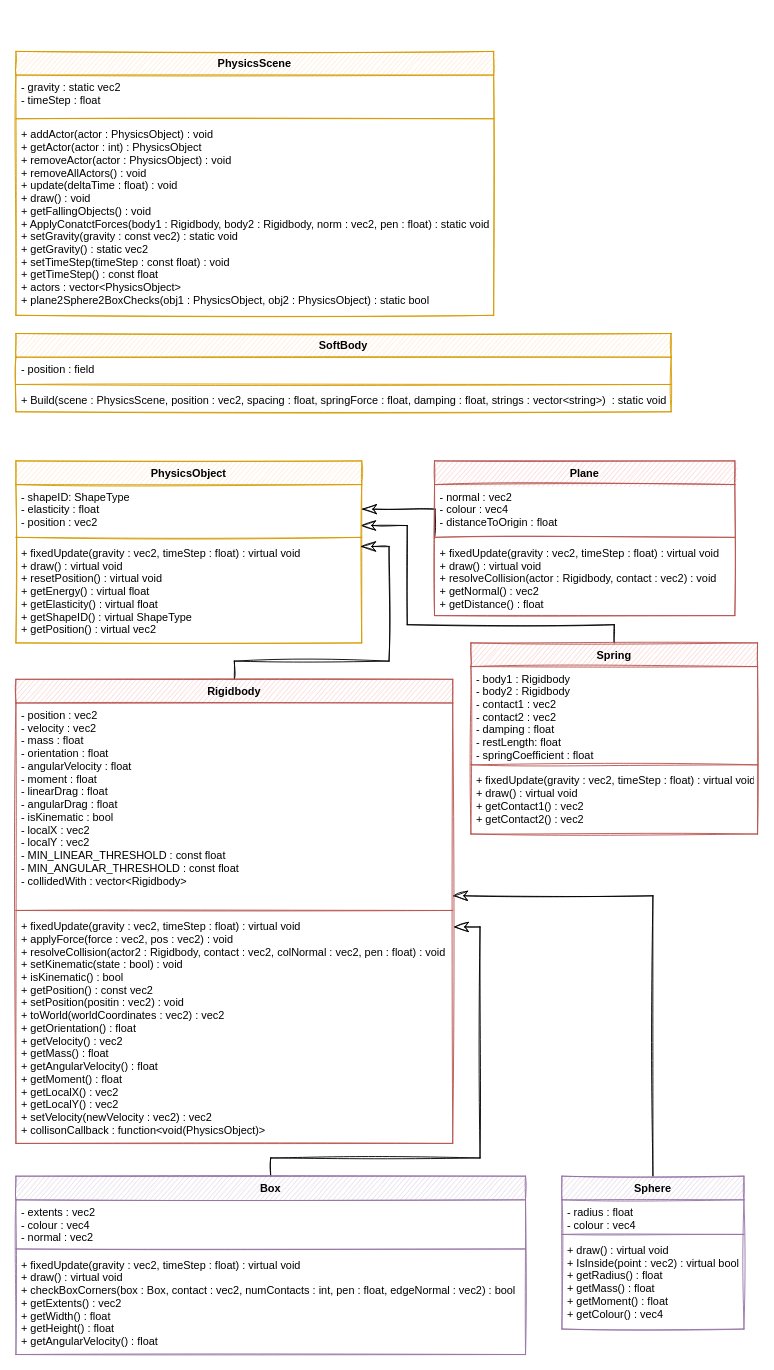
LukeStanbridge/Physics-For-Games keeps this draw.io diagram as Untitled Diagram.drawio. Above is the earlier version. Source tidied: cells renumbered, new cells numbered last; positions are measured from the earlier drawing's top-left corner, leaving out a move shared by most shapes. Both pictures are drawn from the tidied source at 91%, with x=0, y=0 at pixel (15, 51).
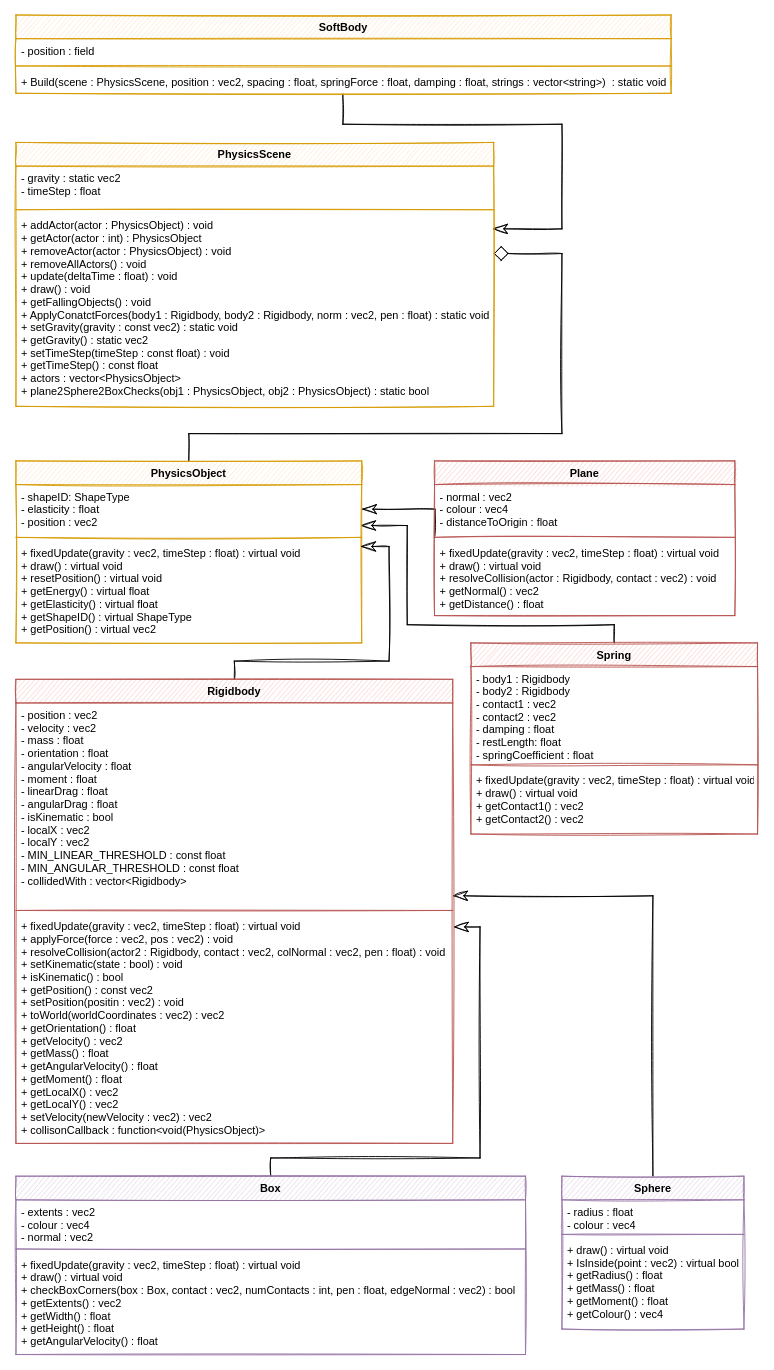
The same page after the edit.

Unchanged cells that the change refers to:
```xml
<mxCell id="22" value="PhysicsObject" style="swimlane;fontStyle=1;align=center;verticalAlign=top;horizontal=1;startSize=26;fillColor=#ffe6cc;strokeColor=#d79b00;sketch=1;" parent="1" vertex="1">
  <mxGeometry y="450" width="380" height="200" as="geometry" />
</mxCell>
<mxCell id="29" value="+ Build(scene : PhysicsScene, position : vec2, spacing : float, springForce : float, damping : float, strings : vector&lt;string&gt;)  : static void&#10;" style="text;strokeColor=none;fillColor=none;align=left;verticalAlign=top;spacingLeft=4;spacingRight=4;overflow=hidden;points=[[0,0.5],[1,0.5]];portConstraint=eastwest;sketch=1;" parent="26" vertex="1">
  <mxGeometry y="60" width="720" height="26" as="geometry" />
</mxCell>
<mxCell id="33" value="+ addActor(actor : PhysicsObject) : void&#10;+ getActor(actor : int) : PhysicsObject&#10;+ removeActor(actor : PhysicsObject) : void&#10;+ removeAllActors() : void&#10;+ update(deltaTime : float) : void&#10;+ draw() : void&#10;+ getFallingObjects() : void&#10;+ ApplyConatctForces(body1 : Rigidbody, body2 : Rigidbody, norm : vec2, pen : float) : static void&#10;+ setGravity(gravity : const vec2) : static void&#10;+ getGravity() : static vec2&#10;+ setTimeStep(timeStep : const float) : void&#10;+ getTimeStep() : const float&#10;+ actors : vector&lt;PhysicsObject&gt;&#10;+ plane2Sphere2BoxChecks(obj1 : PhysicsObject, obj2 : PhysicsObject) : static bool" style="text;strokeColor=none;fillColor=none;align=left;verticalAlign=top;spacingLeft=4;spacingRight=4;overflow=hidden;points=[[0,0.5],[1,0.5]];portConstraint=eastwest;sketch=1;" parent="30" vertex="1">
  <mxGeometry y="78" width="525" height="212" as="geometry" />
</mxCell>
```

Diff of the diagram source:
```diff
@@
+    <mxCell id="39" style="edgeStyle=orthogonalEdgeStyle;rounded=0;jettySize=auto;html=1;entryX=1;entryY=0.208;entryDx=0;entryDy=0;entryPerimeter=0;endArrow=diamond;endFill=0;fontSize=16;fontFamily=Architects Daughter;sketch=1;hachureGap=4;startSize=14;endSize=14;sourcePerimeterSpacing=8;targetPerimeterSpacing=8;exitX=0.5;exitY=0;exitDx=0;exitDy=0;" parent="1" edge="1" source="22" target="33">
+      <mxGeometry relative="1" as="geometry">
+        <Array as="points">
+          <mxPoint x="190" y="420" />
+          <mxPoint x="600" y="420" />
+          <mxPoint x="600" y="222" />
+        </Array>
+      </mxGeometry>
+    </mxCell>
@@
+    <mxCell id="40" style="edgeStyle=orthogonalEdgeStyle;rounded=0;jettySize=auto;html=1;entryX=0.998;entryY=0.08;entryDx=0;entryDy=0;entryPerimeter=0;endArrow=classicThin;endFill=0;fontSize=16;fontFamily=Architects Daughter;sketch=1;hachureGap=4;startSize=14;endSize=14;sourcePerimeterSpacing=8;targetPerimeterSpacing=8;exitX=0.499;exitY=1.038;exitDx=0;exitDy=0;exitPerimeter=0;" parent="1" edge="1" source="29" target="33">
+      <mxGeometry relative="1" as="geometry">
+        <Array as="points">
+          <mxPoint x="359" y="80" />
+          <mxPoint x="600" y="80" />
+          <mxPoint x="600" y="195" />
+        </Array>
+      </mxGeometry>
+    </mxCell>
     <mxCell id="26" value="SoftBody" style="swimlane;fontStyle=1;align=center;verticalAlign=top;horizontal=1;startSize=26;fillColor=#ffe6cc;strokeColor=#d79b00;sketch=1;" parent="1" vertex="1">
-      <mxGeometry y="310" width="720" height="86" as="geometry" />
+      <mxGeometry y="-40" width="720" height="86" as="geometry" />
     </mxCell>
@@
     <mxCell id="30" value="PhysicsScene" style="swimlane;fontStyle=1;align=center;verticalAlign=top;horizontal=1;startSize=26;fillColor=#ffe6cc;strokeColor=#d79b00;sketch=1;" parent="1" vertex="1">
-      <mxGeometry width="525" height="290" as="geometry" />
+      <mxGeometry y="100" width="525" height="290" as="geometry" />
     </mxCell>
```
